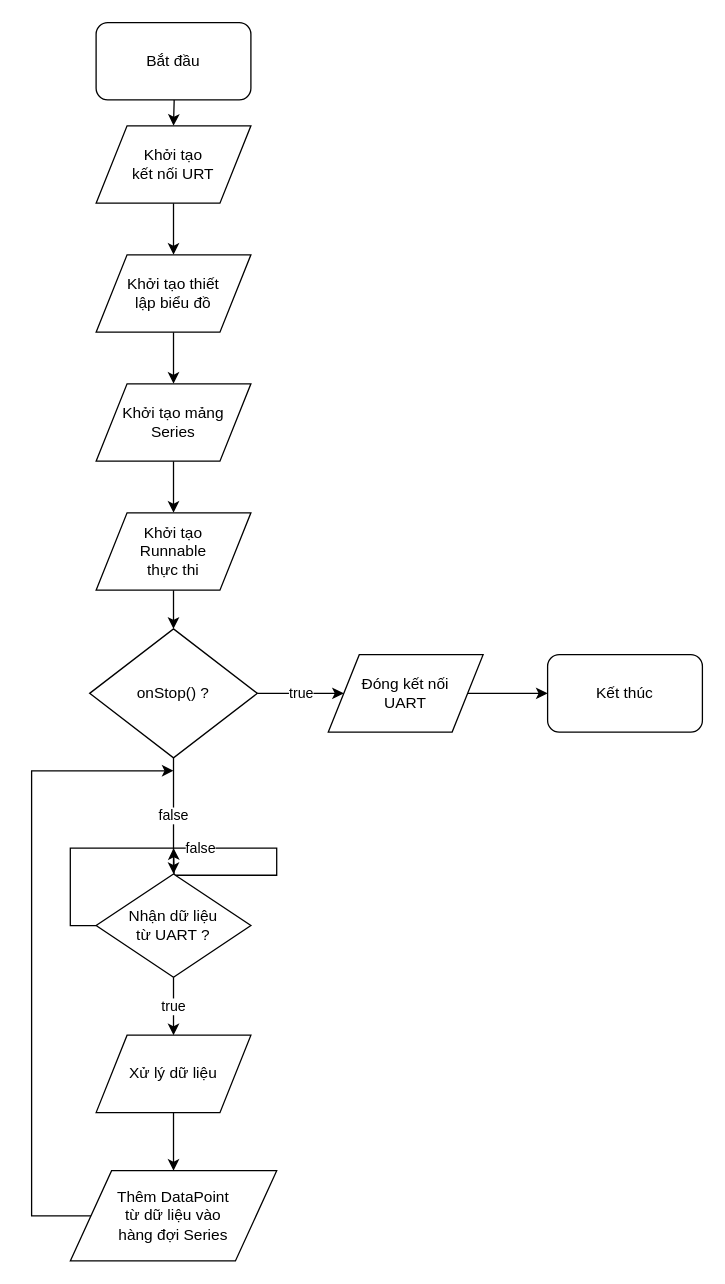
Above: page "Page-3" (3 of 3) of SodokhoiGateway.drawio in nnthanh1996/canva (draw.io), before the change. Source tidied: cells renumbered, new cells numbered last; positions are measured from the earlier drawing's top-left corner, leaving out a move shared by most shapes. Both pictures are drawn from the tidied source at 129%, with x=0, y=0 at pixel (31, 22).
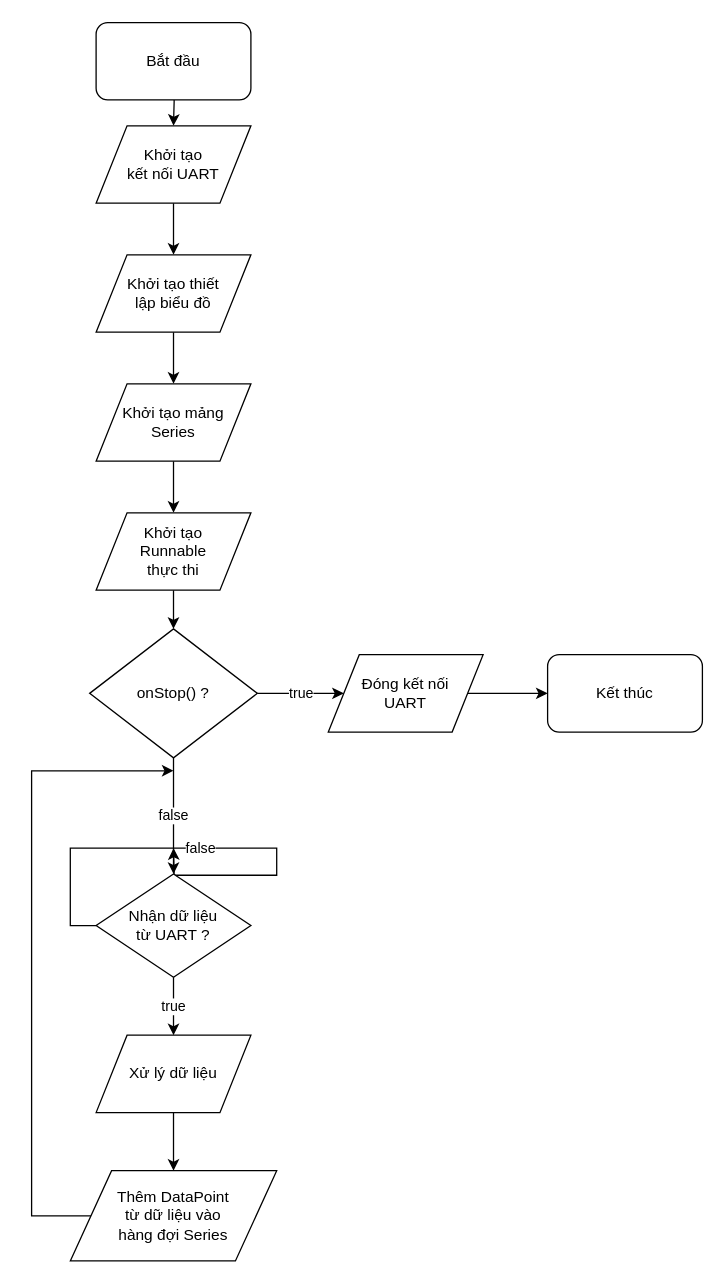
The same diagram, later.

Change to the diagram source:
```diff
@@
-    <mxCell id="5" value="Khởi tạo&lt;br&gt;kết nối URT" style="shape=parallelogram;perimeter=parallelogramPerimeter;whiteSpace=wrap;html=1;" parent="1" vertex="1">
+    <mxCell id="5" value="Khởi tạo&lt;br&gt;kết nối UART" style="shape=parallelogram;perimeter=parallelogramPerimeter;whiteSpace=wrap;html=1;" parent="1" vertex="1">
       <mxGeometry x="50" y="80" width="120" height="60" as="geometry" />
     </mxCell>
```
